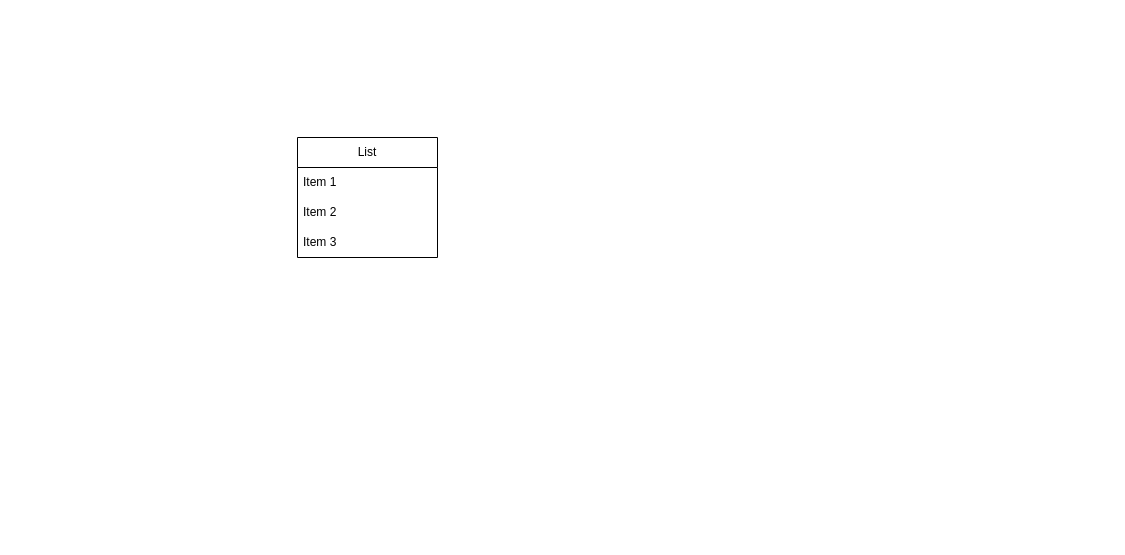
This is TP_ Diagram_MERISE.drawio from ValluetCP/Base_de_donnee, a draw.io file, before an edit. Source tidied: cells renumbered, new cells numbered last; positions are measured from the earlier drawing's top-left corner, leaving out a move shared by most shapes. Both pictures are drawn from the tidied source at 100%, with x=0, y=0 at pixel (297, 137).
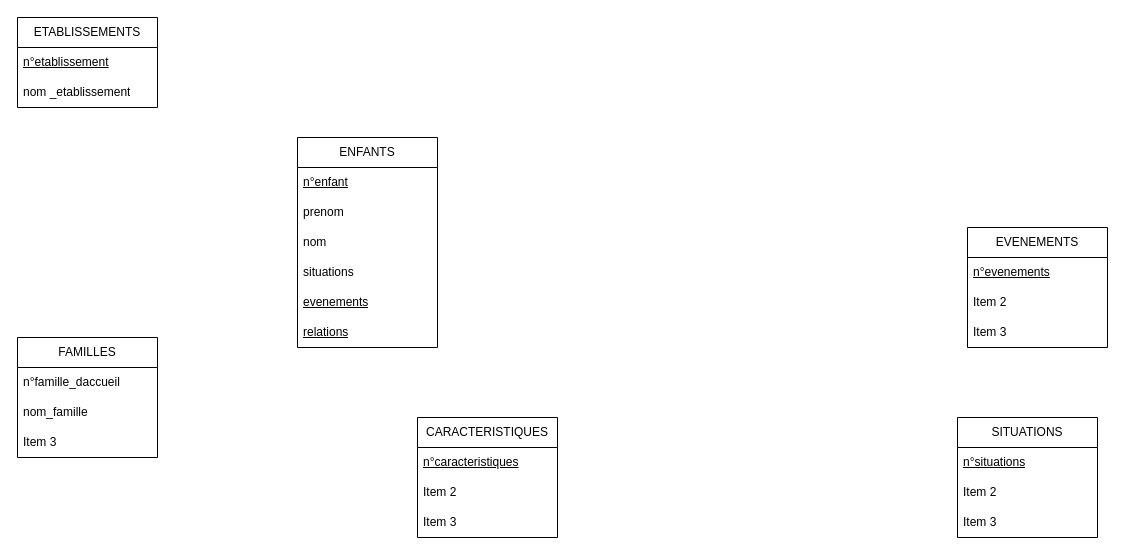
The same page after the edit.

Commit message (it also covers changes not shown here):
Exercice maison d'éducation

What changed in the source:
```diff
@@
-    <mxCell id="2" value="List" style="swimlane;fontStyle=0;horizontal=1;startSize=30;whiteSpace=wrap;html=1;" parent="1" vertex="1">
-      <mxGeometry width="140" height="120" as="geometry" />
+    <mxCell id="2" value="ENFANTS" style="swimlane;fontStyle=0;horizontal=1;startSize=30;whiteSpace=wrap;html=1;" parent="1" vertex="1">
+      <mxGeometry width="140" height="210" as="geometry" />
     </mxCell>
-    <mxCell id="3" value="Item 1" style="text;strokeColor=none;fillColor=none;align=left;verticalAlign=middle;spacingLeft=4;spacingRight=4;overflow=hidden;whiteSpace=wrap;html=1;" parent="2" vertex="1">
+    <mxCell id="3" value="&lt;u&gt;n°enfant&lt;/u&gt;" style="text;strokeColor=none;fillColor=none;align=left;verticalAlign=middle;spacingLeft=4;spacingRight=4;overflow=hidden;whiteSpace=wrap;html=1;" parent="2" vertex="1">
       <mxGeometry y="30" width="140" height="30" as="geometry" />
     </mxCell>
-    <mxCell id="4" value="Item 2" style="text;strokeColor=none;fillColor=none;align=left;verticalAlign=middle;spacingLeft=4;spacingRight=4;overflow=hidden;whiteSpace=wrap;html=1;" parent="2" vertex="1">
+    <mxCell id="4" value="prenom" style="text;strokeColor=none;fillColor=none;align=left;verticalAlign=middle;spacingLeft=4;spacingRight=4;overflow=hidden;whiteSpace=wrap;html=1;" parent="2" vertex="1">
       <mxGeometry y="60" width="140" height="30" as="geometry" />
     </mxCell>
-    <mxCell id="5" value="Item 3" style="text;strokeColor=none;fillColor=none;align=left;verticalAlign=middle;spacingLeft=4;spacingRight=4;overflow=hidden;whiteSpace=wrap;html=1;" parent="2" vertex="1">
+    <mxCell id="5" value="nom" style="text;strokeColor=none;fillColor=none;align=left;verticalAlign=middle;spacingLeft=4;spacingRight=4;overflow=hidden;whiteSpace=wrap;html=1;" parent="2" vertex="1">
       <mxGeometry y="90" width="140" height="30" as="geometry" />
     </mxCell>
+    <mxCell id="6" value="situations" style="text;strokeColor=none;fillColor=none;align=left;verticalAlign=middle;spacingLeft=4;spacingRight=4;overflow=hidden;whiteSpace=wrap;html=1;" parent="2" vertex="1">
+      <mxGeometry y="120" width="140" height="30" as="geometry" />
+    </mxCell>
+    <mxCell id="7" value="&lt;u style=&quot;border-color: var(--border-color);&quot;&gt;evenements&lt;/u&gt;" style="text;strokeColor=none;fillColor=none;align=left;verticalAlign=middle;spacingLeft=4;spacingRight=4;overflow=hidden;whiteSpace=wrap;html=1;" parent="2" vertex="1">
+      <mxGeometry y="150" width="140" height="30" as="geometry" />
+    </mxCell>
+    <mxCell id="8" value="&lt;u style=&quot;border-color: var(--border-color);&quot;&gt;relations&lt;/u&gt;" style="text;strokeColor=none;fillColor=none;align=left;verticalAlign=middle;spacingLeft=4;spacingRight=4;overflow=hidden;whiteSpace=wrap;html=1;" parent="2" vertex="1">
+      <mxGeometry y="180" width="140" height="30" as="geometry" />
+    </mxCell>
+    <mxCell id="9" value="ETABLISSEMENTS" style="swimlane;fontStyle=0;horizontal=1;startSize=30;whiteSpace=wrap;html=1;" parent="1" vertex="1">
+      <mxGeometry x="-280" y="-120" width="140" height="90" as="geometry" />
+    </mxCell>
+    <mxCell id="10" value="&lt;u&gt;n°etablissement&lt;/u&gt;" style="text;strokeColor=none;fillColor=none;align=left;verticalAlign=middle;spacingLeft=4;spacingRight=4;overflow=hidden;whiteSpace=wrap;html=1;" parent="9" vertex="1">
+      <mxGeometry y="30" width="140" height="30" as="geometry" />
+    </mxCell>
+    <mxCell id="11" value="nom _etablissement" style="text;strokeColor=none;fillColor=none;align=left;verticalAlign=middle;spacingLeft=4;spacingRight=4;overflow=hidden;whiteSpace=wrap;html=1;" parent="9" vertex="1">
+      <mxGeometry y="60" width="140" height="30" as="geometry" />
+    </mxCell>
+    <mxCell id="12" value="FAMILLES" style="swimlane;fontStyle=0;horizontal=1;startSize=30;whiteSpace=wrap;html=1;" parent="1" vertex="1">
+      <mxGeometry x="-280" y="200" width="140" height="120" as="geometry" />
+    </mxCell>
+    <mxCell id="13" value="n°famille_daccueil" style="text;strokeColor=none;fillColor=none;align=left;verticalAlign=middle;spacingLeft=4;spacingRight=4;overflow=hidden;whiteSpace=wrap;html=1;" parent="12" vertex="1">
+      <mxGeometry y="30" width="140" height="30" as="geometry" />
+    </mxCell>
+    <mxCell id="14" value="nom_famille" style="text;strokeColor=none;fillColor=none;align=left;verticalAlign=middle;spacingLeft=4;spacingRight=4;overflow=hidden;whiteSpace=wrap;html=1;" parent="12" vertex="1">
+      <mxGeometry y="60" width="140" height="30" as="geometry" />
+    </mxCell>
+    <mxCell id="15" value="Item 3" style="text;strokeColor=none;fillColor=none;align=left;verticalAlign=middle;spacingLeft=4;spacingRight=4;overflow=hidden;whiteSpace=wrap;html=1;" parent="12" vertex="1">
+      <mxGeometry y="90" width="140" height="30" as="geometry" />
+    </mxCell>
+    <mxCell id="16" value="EVENEMENTS" style="swimlane;fontStyle=0;horizontal=1;startSize=30;whiteSpace=wrap;html=1;" parent="1" vertex="1">
+      <mxGeometry x="670" y="90" width="140" height="120" as="geometry" />
+    </mxCell>
+    <mxCell id="17" value="&lt;u&gt;n°evenements&lt;/u&gt;" style="text;strokeColor=none;fillColor=none;align=left;verticalAlign=middle;spacingLeft=4;spacingRight=4;overflow=hidden;whiteSpace=wrap;html=1;" parent="16" vertex="1">
+      <mxGeometry y="30" width="140" height="30" as="geometry" />
+    </mxCell>
+    <mxCell id="18" value="Item 2" style="text;strokeColor=none;fillColor=none;align=left;verticalAlign=middle;spacingLeft=4;spacingRight=4;overflow=hidden;whiteSpace=wrap;html=1;" parent="16" vertex="1">
+      <mxGeometry y="60" width="140" height="30" as="geometry" />
+    </mxCell>
+    <mxCell id="19" value="Item 3" style="text;strokeColor=none;fillColor=none;align=left;verticalAlign=middle;spacingLeft=4;spacingRight=4;overflow=hidden;whiteSpace=wrap;html=1;" parent="16" vertex="1">
+      <mxGeometry y="90" width="140" height="30" as="geometry" />
+    </mxCell>
+    <mxCell id="20" value="SITUATIONS" style="swimlane;fontStyle=0;horizontal=1;startSize=30;whiteSpace=wrap;html=1;" parent="1" vertex="1">
+      <mxGeometry x="660" y="280" width="140" height="120" as="geometry" />
+    </mxCell>
+    <mxCell id="21" value="&lt;u&gt;n°situations&lt;/u&gt;" style="text;strokeColor=none;fillColor=none;align=left;verticalAlign=middle;spacingLeft=4;spacingRight=4;overflow=hidden;whiteSpace=wrap;html=1;" parent="20" vertex="1">
+      <mxGeometry y="30" width="140" height="30" as="geometry" />
+    </mxCell>
+    <mxCell id="22" value="Item 2" style="text;strokeColor=none;fillColor=none;align=left;verticalAlign=middle;spacingLeft=4;spacingRight=4;overflow=hidden;whiteSpace=wrap;html=1;" parent="20" vertex="1">
+      <mxGeometry y="60" width="140" height="30" as="geometry" />
+    </mxCell>
+    <mxCell id="23" value="Item 3" style="text;strokeColor=none;fillColor=none;align=left;verticalAlign=middle;spacingLeft=4;spacingRight=4;overflow=hidden;whiteSpace=wrap;html=1;" parent="20" vertex="1">
+      <mxGeometry y="90" width="140" height="30" as="geometry" />
+    </mxCell>
+    <mxCell id="24" value="CARACTERISTIQUES" style="swimlane;fontStyle=0;horizontal=1;startSize=30;whiteSpace=wrap;html=1;" parent="1" vertex="1">
+      <mxGeometry x="120" y="280" width="140" height="120" as="geometry" />
+    </mxCell>
+    <mxCell id="25" value="&lt;u&gt;n°caracteristiques&lt;/u&gt;" style="text;strokeColor=none;fillColor=none;align=left;verticalAlign=middle;spacingLeft=4;spacingRight=4;overflow=hidden;whiteSpace=wrap;html=1;" parent="24" vertex="1">
+      <mxGeometry y="30" width="140" height="30" as="geometry" />
+    </mxCell>
+    <mxCell id="26" value="Item 2" style="text;strokeColor=none;fillColor=none;align=left;verticalAlign=middle;spacingLeft=4;spacingRight=4;overflow=hidden;whiteSpace=wrap;html=1;" parent="24" vertex="1">
+      <mxGeometry y="60" width="140" height="30" as="geometry" />
+    </mxCell>
+    <mxCell id="27" value="Item 3" style="text;strokeColor=none;fillColor=none;align=left;verticalAlign=middle;spacingLeft=4;spacingRight=4;overflow=hidden;whiteSpace=wrap;html=1;" parent="24" vertex="1">
+      <mxGeometry y="90" width="140" height="30" as="geometry" />
+    </mxCell>
```
